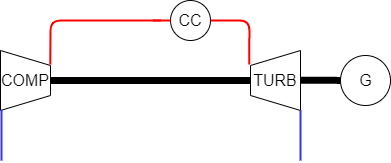
The draw.io diagram Chapitre_1/Images/GT.png in Boreas3/TFE, before a commit. Source tidied: cells renumbered, new cells last; positions are measured from the earlier drawing's top-left corner, leaving out a move shared by most shapes.
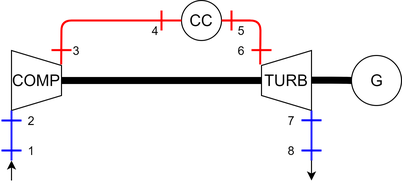
Above is the later version.

Change to the diagram source:
```diff
@@ -11,14 +11,6 @@
     <mxCell id="4" style="verticalLabelPosition=bottom;align=center;dashed=0;html=1;verticalAlign=top;shape=mxgraph.pid.piping.concentric_reducer;direction=west;" parent="1" vertex="1">
       <mxGeometry x="250" y="50" width="50" height="60" as="geometry" />
     </mxCell>
-    <mxCell id="5" style="endArrow=none;html=1;strokeWidth=2;entryX=1.026;entryY=0.768;entryDx=0;entryDy=0;entryPerimeter=0;exitX=1;exitY=0.5;exitDx=0;exitDy=0;strokeColor=#FF0000;" parent="1" edge="1" target="4">
-      <mxGeometry relative="1" as="geometry">
-        <mxPoint x="210" y="20" as="sourcePoint" />
-        <Array as="points">
-          <mxPoint x="249" y="20" />
-        </Array>
-      </mxGeometry>
-    </mxCell>
     <mxCell id="6" value="COMP" style="text;html=1;strokeColor=none;fillColor=none;align=center;verticalAlign=middle;whiteSpace=wrap;rounded=0;fontSize=16;" parent="1" vertex="1">
       <mxGeometry x="5" y="70" width="40" height="20" as="geometry" />
     </mxCell>
@@ -31,15 +23,6 @@
         <mxPoint x="170" y="20" as="targetPoint" />
       </mxGeometry>
     </mxCell>
-    <mxCell id="9" style="endArrow=none;html=1;strokeWidth=2;entryX=1.026;entryY=0.768;entryDx=0;entryDy=0;entryPerimeter=0;strokeColor=#FF0000;" parent="1" edge="1">
-      <mxGeometry relative="1" as="geometry">
-        <mxPoint x="160" y="20" as="sourcePoint" />
-        <mxPoint x="49.7" y="63.9" as="targetPoint" />
-        <Array as="points">
-          <mxPoint x="50" y="20" />
-        </Array>
-      </mxGeometry>
-    </mxCell>
     <mxCell id="10" style="endArrow=none;html=1;exitX=1;exitY=0.5;exitDx=0;exitDy=0;exitPerimeter=0;entryX=1;entryY=0.5;entryDx=0;entryDy=0;entryPerimeter=0;jumpSize=6;strokeWidth=7;" parent="1" edge="1" source="3" target="4">
       <mxGeometry relative="1" as="geometry" />
     </mxCell>
@@ -63,12 +46,137 @@
     </mxCell>
     <mxCell id="14" style="endArrow=none;html=1;strokeWidth=2;strokeColor=#3333FF;" parent="1" edge="1">
       <mxGeometry relative="1" as="geometry">
-        <mxPoint x="1" y="160" as="sourcePoint" />
-        <mxPoint x="1" y="110" as="targetPoint" />
+        <mxPoint y="160" as="sourcePoint" />
+        <mxPoint y="110" as="targetPoint" />
       </mxGeometry>
     </mxCell>
     <mxCell id="15" value="CC" style="text;html=1;strokeColor=none;fillColor=none;align=center;verticalAlign=middle;whiteSpace=wrap;rounded=0;fontSize=16;" parent="1" vertex="1">
       <mxGeometry x="170" y="10" width="40" height="20" as="geometry" />
     </mxCell>
+    <mxCell id="16" style="endArrow=classic;html=1;" parent="1" edge="1">
+      <mxGeometry relative="1" as="geometry">
+        <mxPoint y="180" as="sourcePoint" />
+        <mxPoint y="160" as="targetPoint" />
+      </mxGeometry>
+    </mxCell>
+    <mxCell id="17" style="endArrow=classic;html=1;" parent="1" edge="1">
+      <mxGeometry relative="1" as="geometry">
+        <mxPoint x="300" y="160" as="sourcePoint" />
+        <mxPoint x="300" y="180" as="targetPoint" />
+      </mxGeometry>
+    </mxCell>
+    <mxCell id="18" style="endArrow=none;html=1;strokeColor=#0000FF;strokeWidth=2;" parent="1" edge="1">
+      <mxGeometry relative="1" as="geometry">
+        <mxPoint x="-10" y="150" as="sourcePoint" />
+        <mxPoint x="10" y="150" as="targetPoint" />
+        <Array as="points">
+          <mxPoint y="150" />
+        </Array>
+      </mxGeometry>
+    </mxCell>
+    <mxCell id="19" style="endArrow=none;html=1;strokeColor=#FF0000;strokeWidth=2;" parent="1" edge="1">
+      <mxGeometry relative="1" as="geometry">
+        <mxPoint x="40" y="49.6" as="sourcePoint" />
+        <mxPoint x="60" y="49.6" as="targetPoint" />
+        <Array as="points">
+          <mxPoint x="50" y="49.6" />
+        </Array>
+      </mxGeometry>
+    </mxCell>
+    <mxCell id="20" style="endArrow=none;html=1;strokeColor=#FF0000;strokeWidth=2;" parent="1" edge="1">
+      <mxGeometry relative="1" as="geometry">
+        <mxPoint x="240" y="49.6" as="sourcePoint" />
+        <mxPoint x="260" y="49.6" as="targetPoint" />
+        <Array as="points">
+          <mxPoint x="250" y="49.6" />
+        </Array>
+      </mxGeometry>
+    </mxCell>
+    <mxCell id="5" style="endArrow=none;html=1;strokeWidth=2;entryX=1.026;entryY=0.768;entryDx=0;entryDy=0;entryPerimeter=0;exitX=1;exitY=0.5;exitDx=0;exitDy=0;strokeColor=#FF0000;" parent="1" edge="1" target="4">
+      <mxGeometry relative="1" as="geometry">
+        <mxPoint x="210" y="20" as="sourcePoint" />
+        <Array as="points">
+          <mxPoint x="249" y="20" />
+        </Array>
+      </mxGeometry>
+    </mxCell>
+    <mxCell id="9" style="endArrow=none;html=1;strokeWidth=2;entryX=1.026;entryY=0.768;entryDx=0;entryDy=0;entryPerimeter=0;strokeColor=#FF0000;" parent="1" edge="1">
+      <mxGeometry relative="1" as="geometry">
+        <mxPoint x="160" y="20" as="sourcePoint" />
+        <mxPoint x="49.7" y="63.9" as="targetPoint" />
+        <Array as="points">
+          <mxPoint x="50" y="20" />
+        </Array>
+      </mxGeometry>
+    </mxCell>
+    <mxCell id="21" style="endArrow=none;html=1;strokeColor=#0000FF;strokeWidth=2;" parent="1" edge="1">
+      <mxGeometry relative="1" as="geometry">
+        <mxPoint x="290" y="119.8" as="sourcePoint" />
+        <mxPoint x="310" y="119.8" as="targetPoint" />
+        <Array as="points">
+          <mxPoint x="300" y="119.8" />
+        </Array>
+      </mxGeometry>
+    </mxCell>
+    <mxCell id="22" value="1" style="text;html=1;strokeColor=none;fillColor=none;align=center;verticalAlign=middle;whiteSpace=wrap;rounded=0;" parent="1" vertex="1">
+      <mxGeometry y="140" width="40" height="20" as="geometry" />
+    </mxCell>
+    <mxCell id="23" value="3" style="text;html=1;strokeColor=none;fillColor=none;align=center;verticalAlign=middle;whiteSpace=wrap;rounded=0;" parent="1" vertex="1">
+      <mxGeometry x="45" y="40" width="40" height="20" as="geometry" />
+    </mxCell>
+    <mxCell id="24" style="endArrow=none;html=1;strokeColor=#0000FF;strokeWidth=2;" parent="1" edge="1">
+      <mxGeometry relative="1" as="geometry">
+        <mxPoint x="-10" y="120" as="sourcePoint" />
+        <mxPoint x="10" y="120" as="targetPoint" />
+        <Array as="points">
+          <mxPoint y="120" />
+        </Array>
+      </mxGeometry>
+    </mxCell>
+    <mxCell id="25" value="2" style="text;html=1;strokeColor=none;fillColor=none;align=center;verticalAlign=middle;whiteSpace=wrap;rounded=0;" parent="1" vertex="1">
+      <mxGeometry y="110" width="40" height="20" as="geometry" />
+    </mxCell>
+    <mxCell id="26" style="endArrow=none;html=1;strokeColor=#FF0000;strokeWidth=2;" parent="1" edge="1">
+      <mxGeometry relative="1" as="geometry">
+        <mxPoint x="150" y="30" as="sourcePoint" />
+        <mxPoint x="150" y="10" as="targetPoint" />
+        <Array as="points">
+          <mxPoint x="150" y="20" />
+        </Array>
+      </mxGeometry>
+    </mxCell>
+    <mxCell id="27" value="4" style="text;html=1;strokeColor=none;fillColor=none;align=center;verticalAlign=middle;whiteSpace=wrap;rounded=0;" parent="1" vertex="1">
+      <mxGeometry x="124" y="20" width="40" height="20" as="geometry" />
+    </mxCell>
+    <mxCell id="28" style="endArrow=none;html=1;strokeColor=#FF0000;strokeWidth=2;" parent="1" edge="1">
+      <mxGeometry relative="1" as="geometry">
+        <mxPoint x="220" y="30" as="sourcePoint" />
+        <mxPoint x="220" y="10" as="targetPoint" />
+        <Array as="points">
+          <mxPoint x="220" y="20" />
+        </Array>
+      </mxGeometry>
+    </mxCell>
+    <mxCell id="29" value="5" style="text;html=1;strokeColor=none;fillColor=none;align=center;verticalAlign=middle;whiteSpace=wrap;rounded=0;" parent="1" vertex="1">
+      <mxGeometry x="210" y="20" width="40" height="20" as="geometry" />
+    </mxCell>
+    <mxCell id="30" value="6" style="text;html=1;strokeColor=none;fillColor=none;align=center;verticalAlign=middle;whiteSpace=wrap;rounded=0;" parent="1" vertex="1">
+      <mxGeometry x="210" y="40" width="40" height="20" as="geometry" />
+    </mxCell>
+    <mxCell id="31" value="7" style="text;html=1;strokeColor=none;fillColor=none;align=center;verticalAlign=middle;whiteSpace=wrap;rounded=0;" parent="1" vertex="1">
+      <mxGeometry x="260" y="110" width="40" height="20" as="geometry" />
+    </mxCell>
+    <mxCell id="32" style="endArrow=none;html=1;strokeColor=#0000FF;strokeWidth=2;" parent="1" edge="1">
+      <mxGeometry relative="1" as="geometry">
+        <mxPoint x="290" y="150" as="sourcePoint" />
+        <mxPoint x="310" y="150" as="targetPoint" />
+        <Array as="points">
+          <mxPoint x="300" y="150" />
+        </Array>
+      </mxGeometry>
+    </mxCell>
+    <mxCell id="33" value="8" style="text;html=1;strokeColor=none;fillColor=none;align=center;verticalAlign=middle;whiteSpace=wrap;rounded=0;" parent="1" vertex="1">
+      <mxGeometry x="260" y="140" width="40" height="20" as="geometry" />
+    </mxCell>
   </root>
 </mxGraphModel>
```
